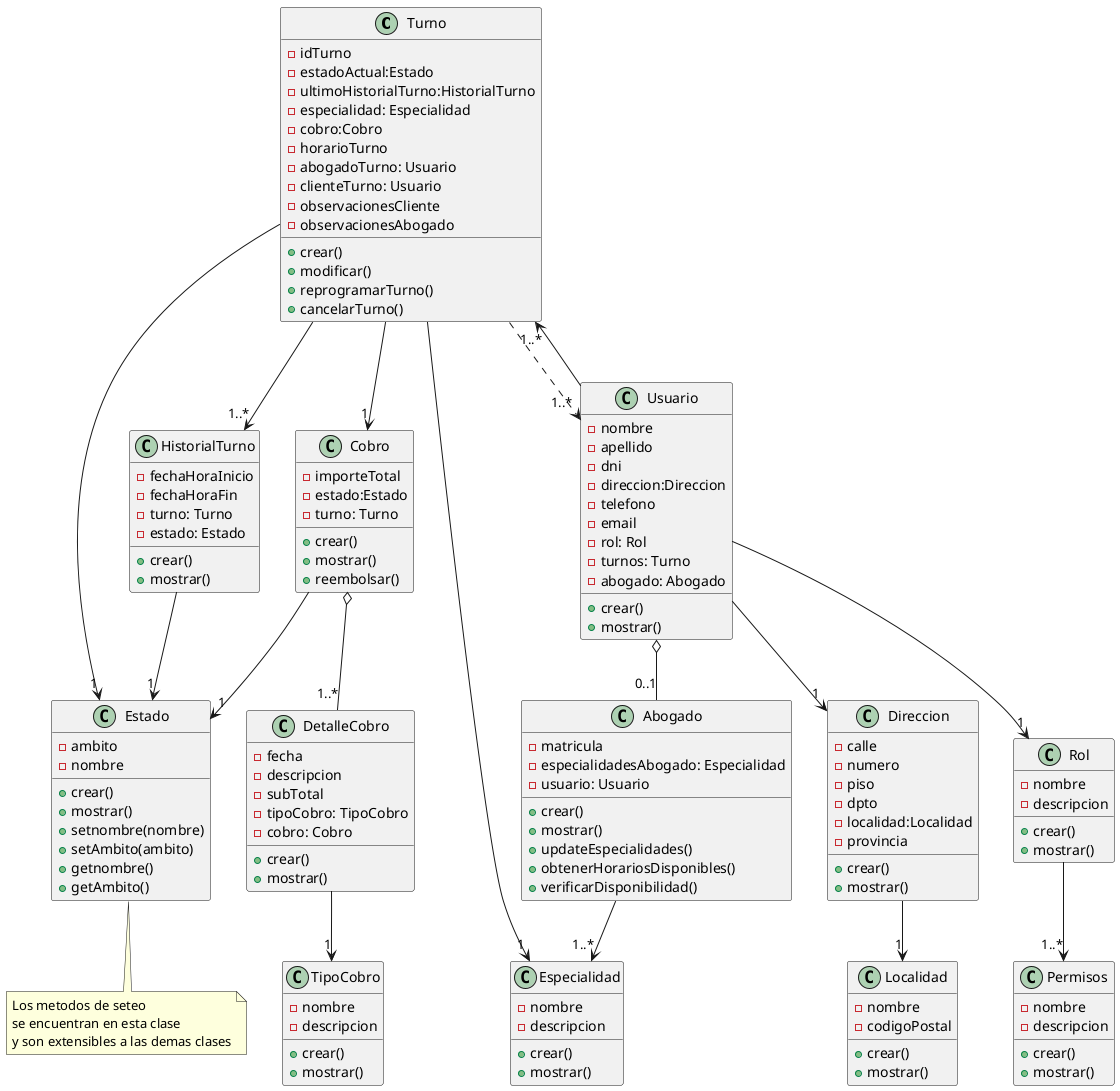
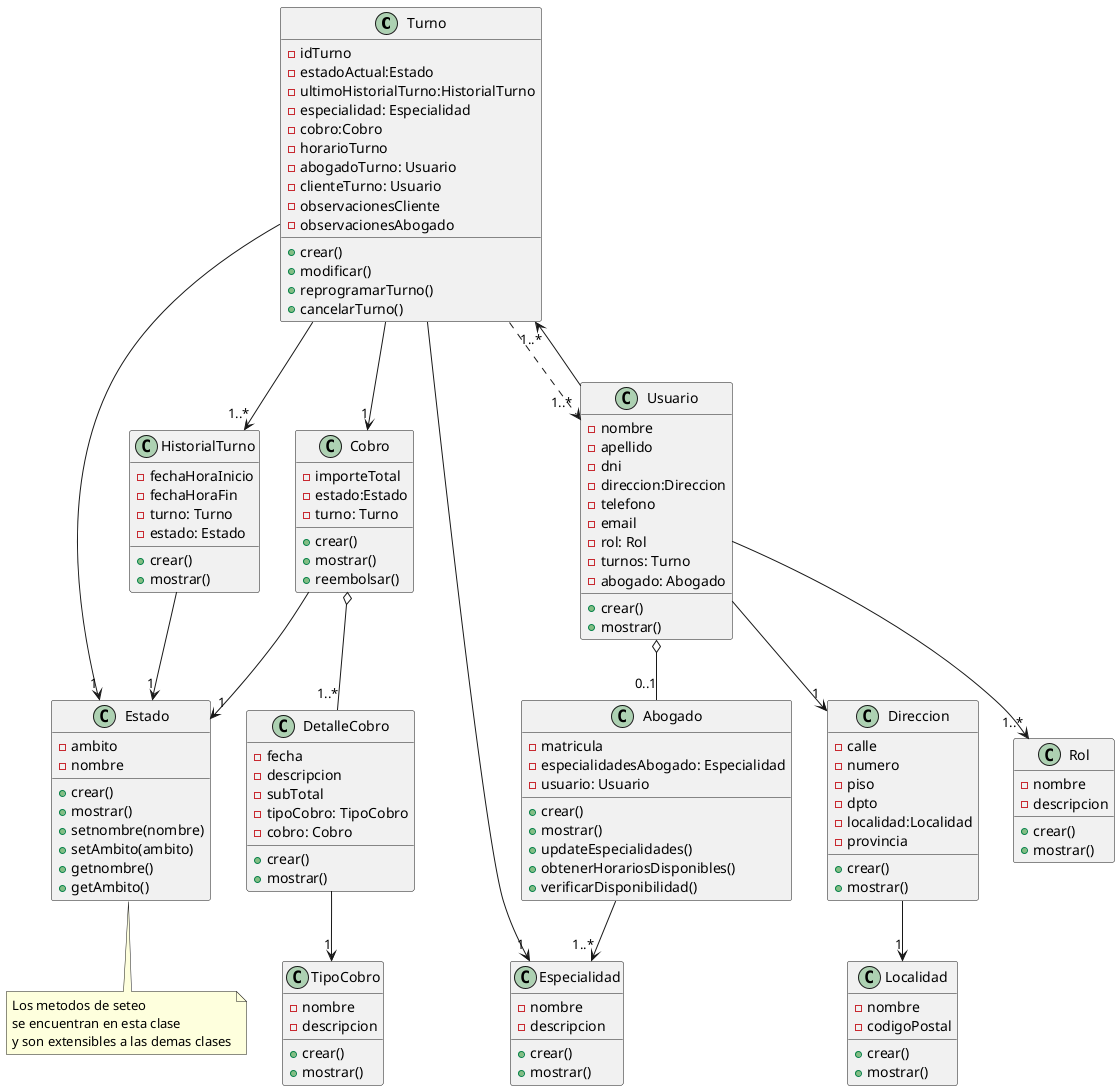
@startuml Diagrama de Clases
class Turno {
    - idTurno
    - estadoActual:Estado
    - ultimoHistorialTurno:HistorialTurno
    - especialidad: Especialidad
    - cobro:Cobro
    - horarioTurno
    - abogadoTurno: Usuario
    - clienteTurno: Usuario
    - observacionesCliente
    - observacionesAbogado
    + crear()
    + modificar()
    + reprogramarTurno()
    + cancelarTurno()
}
Turno --> "1"Cobro
Turno -> "1" Estado
Turno -->"1..*" HistorialTurno
Turno --> "1" Especialidad
Turno ..> "1..*"Usuario

class Especialidad {
    - nombre
    - descripcion
    + crear()
    + mostrar()
}

class Usuario{
    - nombre
    - apellido
    - dni
    - direccion:Direccion
    - telefono
    - email
    - rol: Rol
    - turnos: Turno
    - abogado: Abogado
    + crear()
    + mostrar()
}

Usuario -->"1" Direccion
- Usuario -->"1" Rol
+ Usuario -->"1..*" Rol
Usuario -->"1..*" Turno
Usuario o--"0..1" Abogado

class Rol{
-     - nombre
-     - descripcion
-     + crear()
-     + mostrar()
- }
- 
- Rol--> "1..*" Permisos
- 
- class Permisos {
    - nombre
    - descripcion
    + crear()
    + mostrar()
}

class Abogado {
    - matricula
    - especialidadesAbogado: Especialidad
    - usuario: Usuario
    + crear()
    + mostrar()
    + updateEspecialidades()
    + obtenerHorariosDisponibles()
    + verificarDisponibilidad()
}

Abogado -->"1..*" Especialidad

class HistorialTurno{
    - fechaHoraInicio
    - fechaHoraFin
    - turno: Turno
    - estado: Estado
    + crear()
    + mostrar()
}

HistorialTurno -->"1" Estado

class Cobro {
    - importeTotal
    - estado:Estado
    - turno: Turno
    + crear()
    + mostrar()
    + reembolsar()
}

Cobro o--"1..*" DetalleCobro
Cobro -->"1" Estado

class DetalleCobro {
    - fecha
    - descripcion
    - subTotal
    - tipoCobro: TipoCobro
    - cobro: Cobro
    + crear()
    + mostrar()
}

DetalleCobro --> "1" TipoCobro

class TipoCobro {
    - nombre
    - descripcion
    + crear()
    + mostrar()
}

class Estado{
    - ambito
    - nombre
    + crear()
    + mostrar()
    + setnombre(nombre)
    + setAmbito(ambito)
    + getnombre()
    + getAmbito()
}

note bottom of Estado : Los metodos de seteo \nse encuentran en esta clase \ny son extensibles a las demas clases

class Direccion{
    - calle
    - numero
    - piso
    - dpto
    - localidad:Localidad
    - provincia
    + crear()
    + mostrar()
}

Direccion -->"1" Localidad

class Localidad{
    - nombre
    - codigoPostal
    + crear()
    + mostrar()
}

@enduml